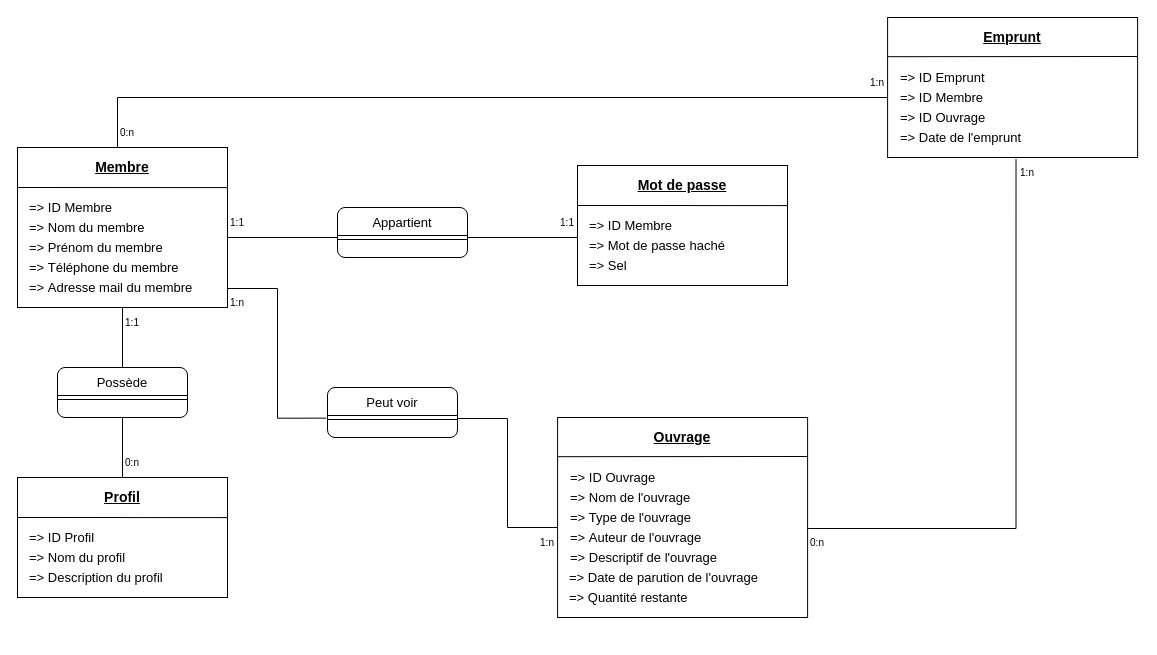
Before: TP_Assos_MCD_Corentin.drawio in OdahNC/TP_Association_THIERRY_Corentin, a draw.io diagram. Source tidied: cells renumbered, new cells numbered last; positions are measured from the earlier drawing's top-left corner, leaving out a move shared by most shapes. Both pictures are drawn from the tidied source at 100%, with x=0, y=0 at pixel (17, 17).
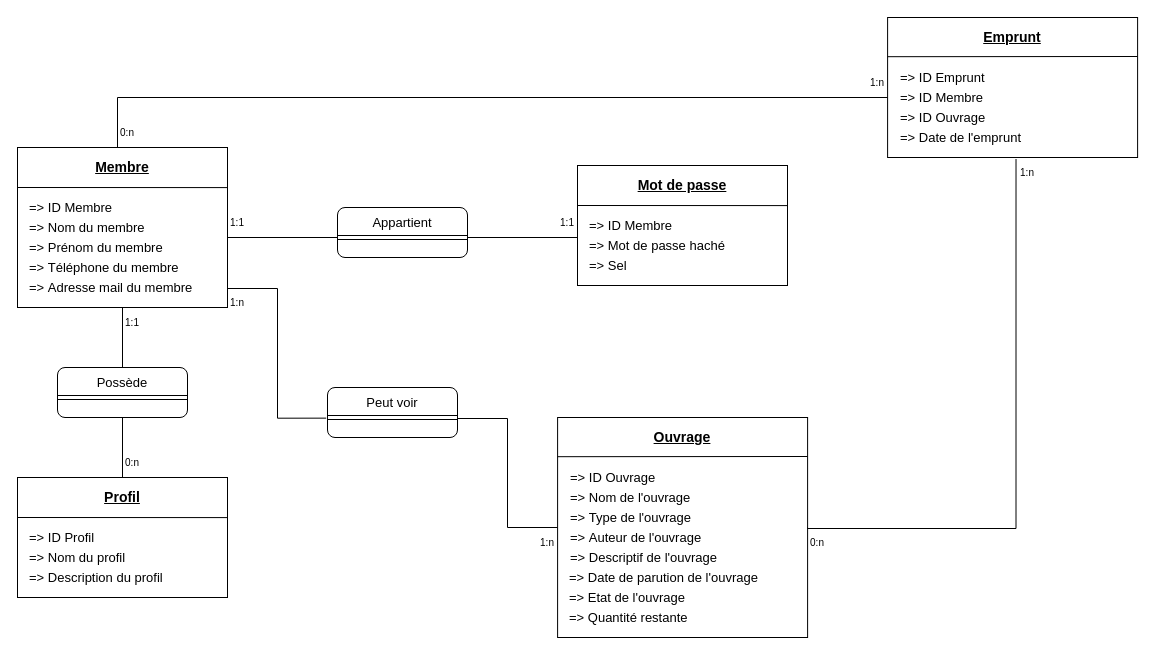
The same page after the edit.

Commit message (it also covers changes not shown here):
Ajout du lien vers la maquette dans le readme + modification mineure du MCD

Ajout du lien vers la maquette dans le readme + modification mineure du MCD

Change to the diagram source:
```diff
@@
     <mxCell id="18" style="group;" parent="1" vertex="1">
-      <mxGeometry x="540" y="400" width="250.1" height="200" as="geometry" />
+      <mxGeometry x="540" y="400" width="250.1" height="220" as="geometry" />
     </mxCell>
@@
     <mxCell id="20" style="whiteSpace=wrap;html=1;fillColor=default;" parent="18" vertex="1">
-      <mxGeometry x="0.1" width="250" height="200" as="geometry" />
+      <mxGeometry x="0.1" width="250" height="220" as="geometry" />
     </mxCell>
@@
     <mxCell id="29" value="=&amp;gt; Quantité restante" style="text;html=1;strokeColor=none;fillColor=none;align=left;verticalAlign=middle;whiteSpace=wrap;rounded=0;fontStyle=0;fontSize=13;" parent="18" vertex="1">
-      <mxGeometry x="10.1" y="160" width="200" height="40" as="geometry" />
+      <mxGeometry x="10.1" y="180" width="200" height="40" as="geometry" />
     </mxCell>
@@
+    <mxCell id="75" value="=&amp;gt; Etat de l'ouvrage" style="text;html=1;strokeColor=none;fillColor=none;align=left;verticalAlign=middle;whiteSpace=wrap;rounded=0;fontStyle=0;fontSize=13;" parent="1" vertex="1">
+      <mxGeometry x="550.1" y="560" width="200" height="40" as="geometry" />
+    </mxCell>
```
